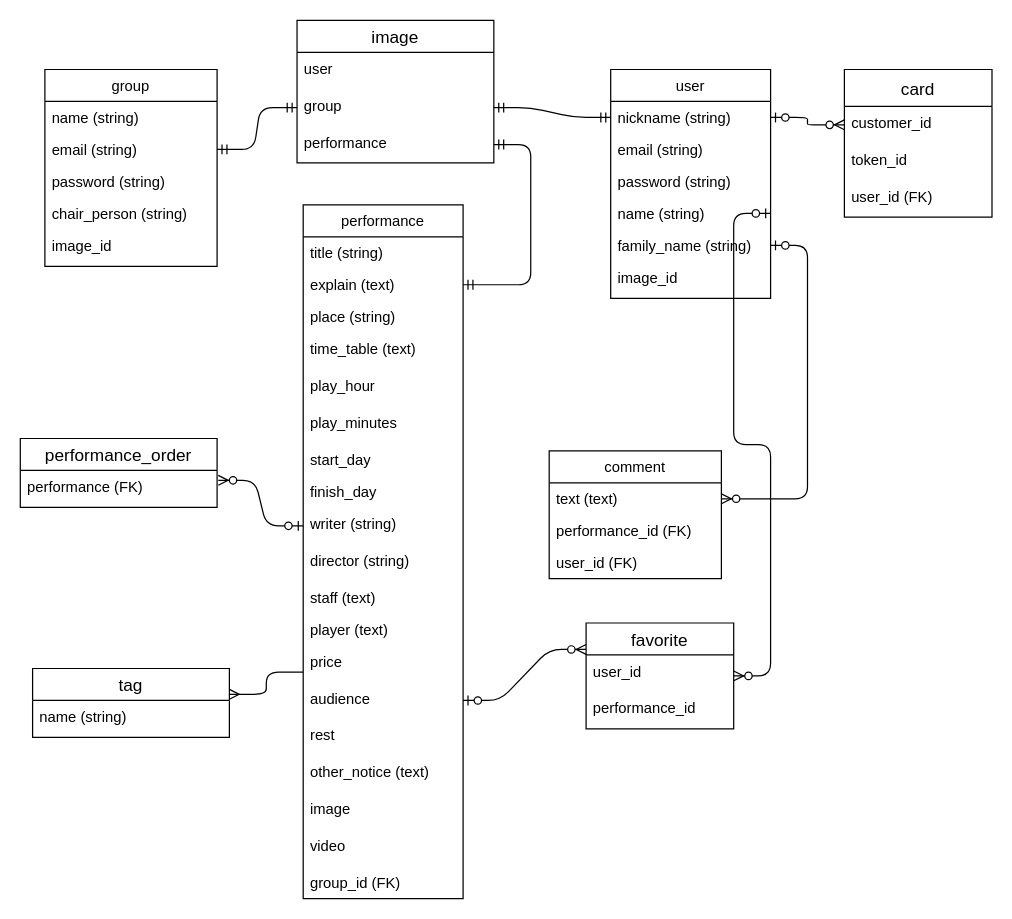
Earlier version of the draw.io diagram theatre_archive.dio (Kagiya-masahumi/theatre_archive_app). Source tidied: cells renumbered, new cells numbered last; positions are measured from the earlier drawing's top-left corner, leaving out a move shared by most shapes. Both pictures are drawn from the tidied source at 123%, with x=0, y=0 at pixel (20, 20).
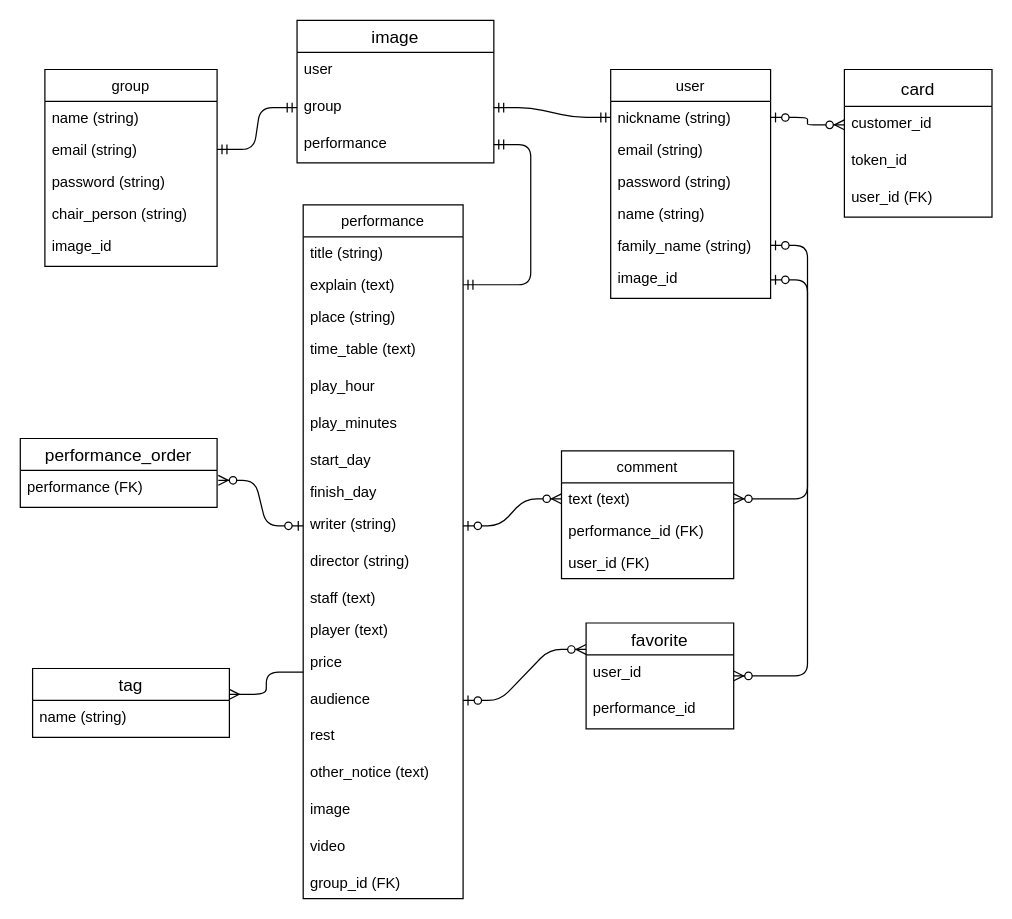
The same diagram, later.

Commit message (it also covers changes not shown here):
マスターキーの再生成

Unchanged cells that the change refers to:
```xml
<mxCell id="6" value="name (string)" style="text;strokeColor=none;fillColor=none;align=left;verticalAlign=top;spacingLeft=4;spacingRight=4;overflow=hidden;points=[[0,0.5],[1,0.5]];portConstraint=eastwest;" parent="2" vertex="1">
  <mxGeometry y="104" width="130" height="26" as="geometry" />
</mxCell>
<mxCell id="8" value="image_id" style="text;strokeColor=none;fillColor=none;spacingLeft=4;spacingRight=4;overflow=hidden;points=[[0,0.5],[1,0.5]];portConstraint=eastwest;fontSize=12;" parent="2" vertex="1">
  <mxGeometry y="156" width="130" height="30" as="geometry" />
</mxCell>
<mxCell id="24" value="writer (string)" style="text;strokeColor=none;fillColor=none;spacingLeft=4;spacingRight=4;overflow=hidden;points=[[0,0.5],[1,0.5]];portConstraint=eastwest;fontSize=12;" parent="15" vertex="1">
  <mxGeometry y="246" width="130" height="30" as="geometry" />
</mxCell>
<mxCell id="36" value="text (text)" style="text;strokeColor=none;fillColor=none;align=left;verticalAlign=top;spacingLeft=4;spacingRight=4;overflow=hidden;points=[[0,0.5],[1,0.5]];portConstraint=eastwest;" parent="35" vertex="1">
  <mxGeometry y="26" width="140" height="26" as="geometry" />
</mxCell>
<mxCell id="39" value="favorite" style="swimlane;fontStyle=0;horizontal=1;startSize=26;align=center;fontSize=14;" parent="1" vertex="1">
  <mxGeometry x="460" y="490" width="120" height="86" as="geometry" />
</mxCell>
```

Diff of the diagram source:
```diff
@@
     <mxCell id="35" value="comment" style="swimlane;fontStyle=0;horizontal=1;startSize=26;fillColor=none;" parent="1" vertex="1">
-      <mxGeometry x="430" y="350" width="140" height="104" as="geometry" />
+      <mxGeometry x="440" y="350" width="140" height="104" as="geometry" />
     </mxCell>
@@
-    <mxCell id="58" style="edgeStyle=entityRelationEdgeStyle;fontSize=12;html=1;endArrow=ERzeroToMany;startArrow=ERzeroToOne;exitX=1;exitY=0.5;exitDx=0;exitDy=0;" parent="1" edge="1" source="6" target="39">
+    <mxCell id="58" style="edgeStyle=entityRelationEdgeStyle;fontSize=12;html=1;endArrow=ERzeroToMany;startArrow=ERzeroToOne;" parent="1" edge="1" source="8" target="39">
       <mxGeometry relative="1" as="geometry" />
     </mxCell>
@@
+    <mxCell id="63" style="edgeStyle=entityRelationEdgeStyle;fontSize=12;html=1;endArrow=ERzeroToMany;startArrow=ERzeroToOne;exitX=1;exitY=0.5;exitDx=0;exitDy=0;entryX=0;entryY=0.5;entryDx=0;entryDy=0;" parent="1" edge="1" source="24" target="36">
+      <mxGeometry relative="1" as="geometry" />
+    </mxCell>
```
